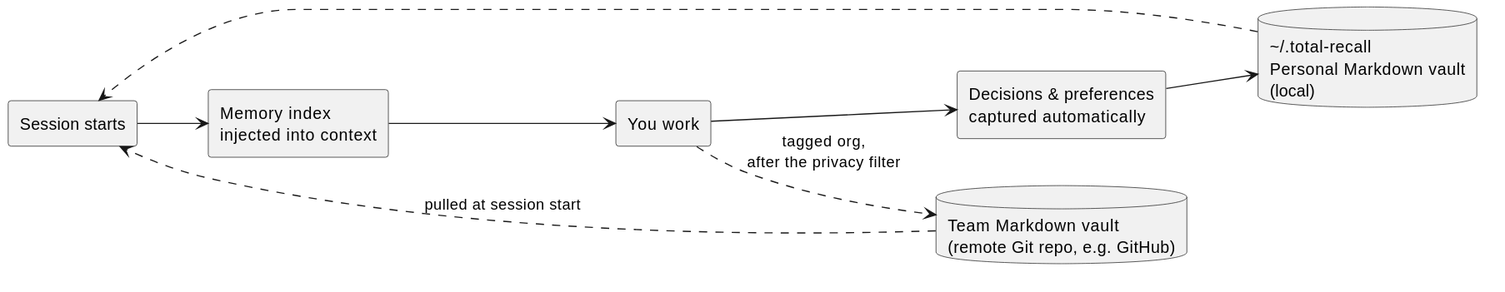
Above: docs/diagrams/session-loop-en.svg in adrian-balaban/total-recall (PlantUML), before the change.
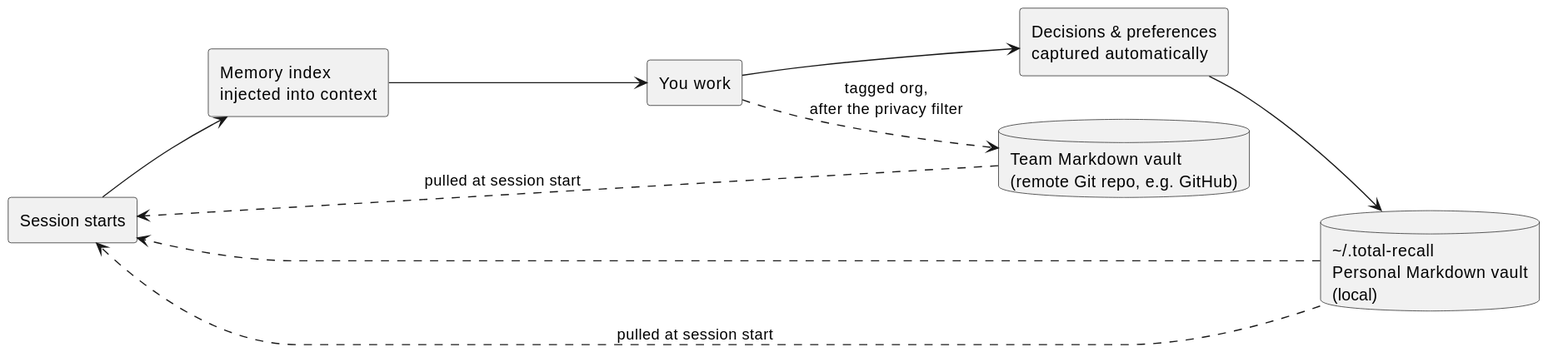
The same file after the commit.

Commit message:
docs: update session loop diagram with personal and team vaults

Regenerate the session-loop-en.svg diagram to reflect the current memory
workflow: session start, injection of the memory index into context,
work with automatic capture of decisions and preferences, and
persistence to the personal Markdown vault (~/.total-recall, local) and
the team Markdown vault (remote Git repo, e.g. GitHub).

What changed in the source:
```diff
@@ -15,5 +15,6 @@
 D --> E
 E ..> A
 C ..> R : tagged org,\nafter the privacy filter
+E ..> A : pulled at session start
 R ..> A : pulled at session start
 @enduml
```
